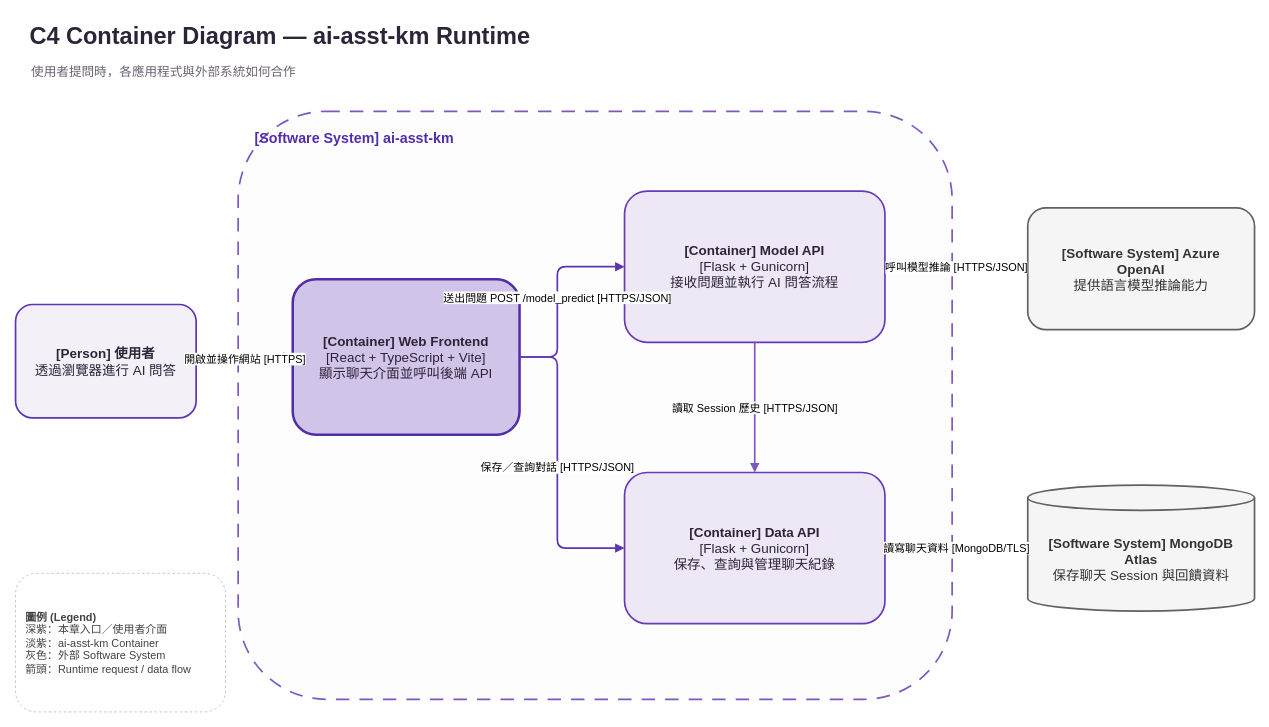
Before: docs/assets/diagrams/source/01_ai_asst_c4_container.drawio in CaoCharles/ai-deploy-docs, a draw.io diagram. Source tidied: cells renumbered, new cells numbered last; positions are measured from the earlier drawing's top-left corner, leaving out a move shared by most shapes. Both pictures are drawn from the tidied source at 84%, with x=0, y=0 at pixel (15, 14).
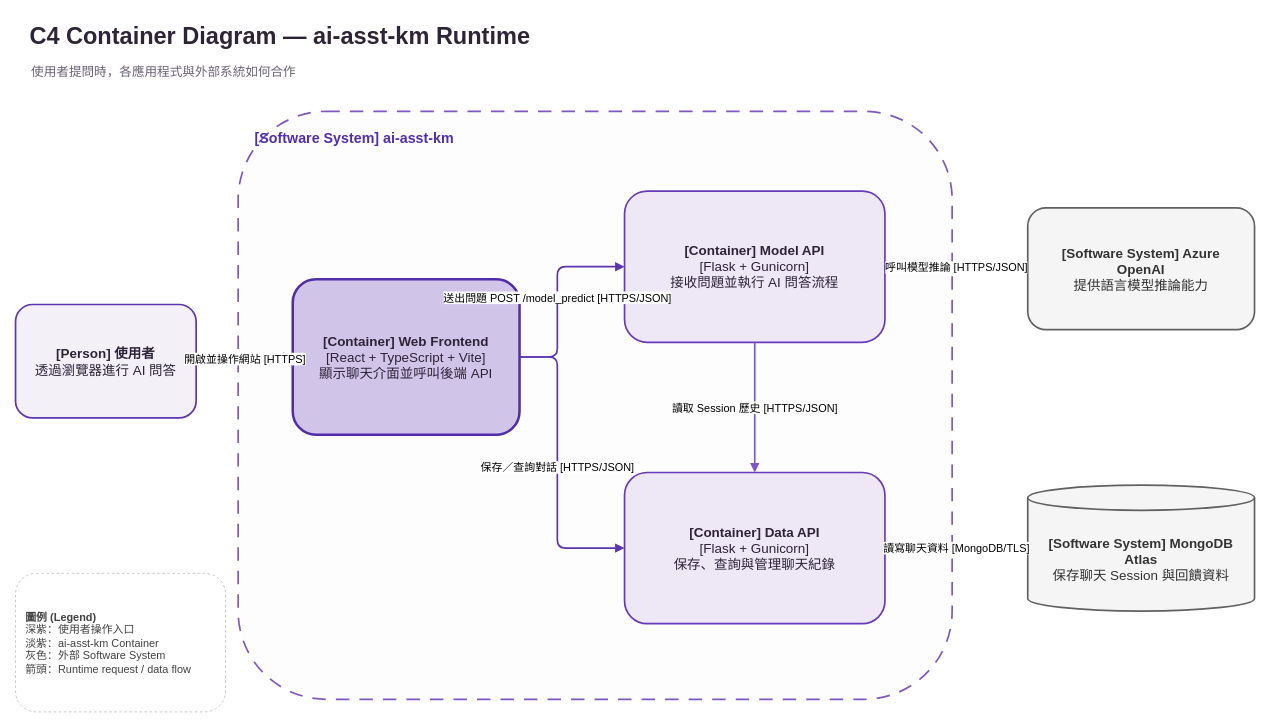
The same diagram, later.

The edit, as a diff of the source:
```diff
@@
-    <mxCell id="11" value="&lt;b&gt;圖例 (Legend)&lt;/b&gt;&lt;br&gt;深紫：本章入口／使用者介面&lt;br&gt;淡紫：ai-asst-km Container&lt;br&gt;灰色：外部 Software System&lt;br&gt;箭頭：Runtime request / data flow" style="rounded=1;whiteSpace=wrap;html=1;fillColor=#FFFFFF;strokeColor=#BDBDBD;dashed=1;fontFamily=Noto Sans TC;fontSize=13;fontColor=#424242;align=left;spacing=12;" parent="1" vertex="1">
+    <mxCell id="11" value="&lt;b&gt;圖例 (Legend)&lt;/b&gt;&lt;br&gt;深紫：使用者操作入口&lt;br&gt;淡紫：ai-asst-km Container&lt;br&gt;灰色：外部 Software System&lt;br&gt;箭頭：Runtime request / data flow" style="rounded=1;whiteSpace=wrap;html=1;fillColor=#FFFFFF;strokeColor=#BDBDBD;dashed=1;fontFamily=Noto Sans TC;fontSize=13;fontColor=#424242;align=left;spacing=12;" parent="1" vertex="1">
       <mxGeometry y="665" width="250" height="165" as="geometry" />
     </mxCell>
```
